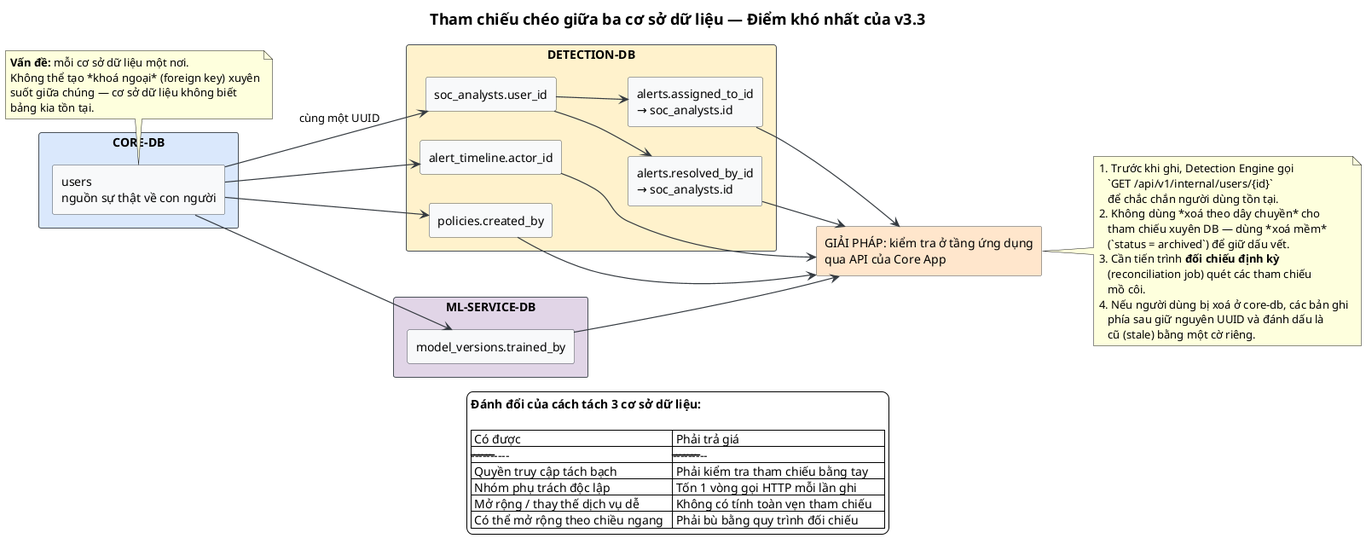
Above: docs/diagrams/v3.3-detect/12-tham-chieu-cheo-3-db.png in Albert-Tuan/sentinel-auth (PlantUML), before the change. Source of this version:
```plantuml
@startuml
skinparam backgroundColor #FFFFFF
skinparam shadowing false
skinparam defaultFontName Sans
skinparam rectangle {
  BackgroundColor #F8F9FA
  BorderColor #495057
}
skinparam ArrowColor #343A40
skinparam ArrowThickness 1.2
skinparam titleFontSize 18

title Tham chiếu chéo giữa ba cơ sở dữ liệu — Điểm khó nhất của v3.3

left to right direction

rectangle "CORE-DB" as CDB #DAE8FC {
  rectangle "users\nnguồn sự thật về con người" as U
}

rectangle "DETECTION-DB" as DDB #FFF2CC {
  rectangle "soc_analysts.user_id" as SA
  rectangle "alerts.assigned_to_id\n→ soc_analysts.id" as A1
  rectangle "alerts.resolved_by_id\n→ soc_analysts.id" as A2
  rectangle "alert_timeline.actor_id" as AT
  rectangle "policies.created_by" as PC
}

rectangle "ML-SERVICE-DB" as MDB #E1D5E7 {
  rectangle "model_versions.trained_by" as MV
}

U --> SA : cùng một UUID
SA --> A1
SA --> A2
U --> AT
U --> PC
U --> MV

note bottom of U
  **Vấn đề:** mỗi cơ sở dữ liệu một nơi.
  Không thể tạo *khoá ngoại* (foreign key) xuyên
  suốt giữa chúng — cơ sở dữ liệu không biết
  bảng kia tồn tại.
end note

rectangle "GIẢI PHÁP: kiểm tra ở tầng ứng dụng\nqua API của Core App" as SOL #FFE6CC
note right of SOL
  1. Trước khi ghi, Detection Engine gọi
     `GET /api/v1/internal/users/{id}`
     để chắc chắn người dùng tồn tại.
  2. Không dùng *xoá theo dây chuyền* cho
     tham chiếu xuyên DB — dùng *xoá mềm*
     (`status = archived`) để giữ dấu vết.
  3. Cần tiến trình **đối chiếu định kỳ**
     (reconciliation job) quét các tham chiếu
     mồ côi.
  4. Nếu người dùng bị xoá ở core-db, các bản ghi
     phía sau giữ nguyên UUID và đánh dấu là
     cũ (stale) bằng một cờ riêng.
end note

A1 --> SOL
A2 --> SOL
AT --> SOL
PC --> SOL
MV --> SOL

legend bottom
**Đánh đổi của cách tách 3 cơ sở dữ liệu:**

| Có được                          | Phải trả giá                        |
|----------------------------------|-------------------------------------|
| Quyền truy cập tách bạch          | Phải kiểm tra tham chiếu bằng tay   |
| Nhóm phụ trách độc lập            | Tốn 1 vòng gọi HTTP mỗi lần ghi      |
| Mở rộng / thay thế dịch vụ dễ     | Không có tính toàn vẹn tham chiếu    |
| Có thể mở rộng theo chiều ngang   | Phải bù bằng quy trình đối chiếu    |
endlegend

@enduml
```
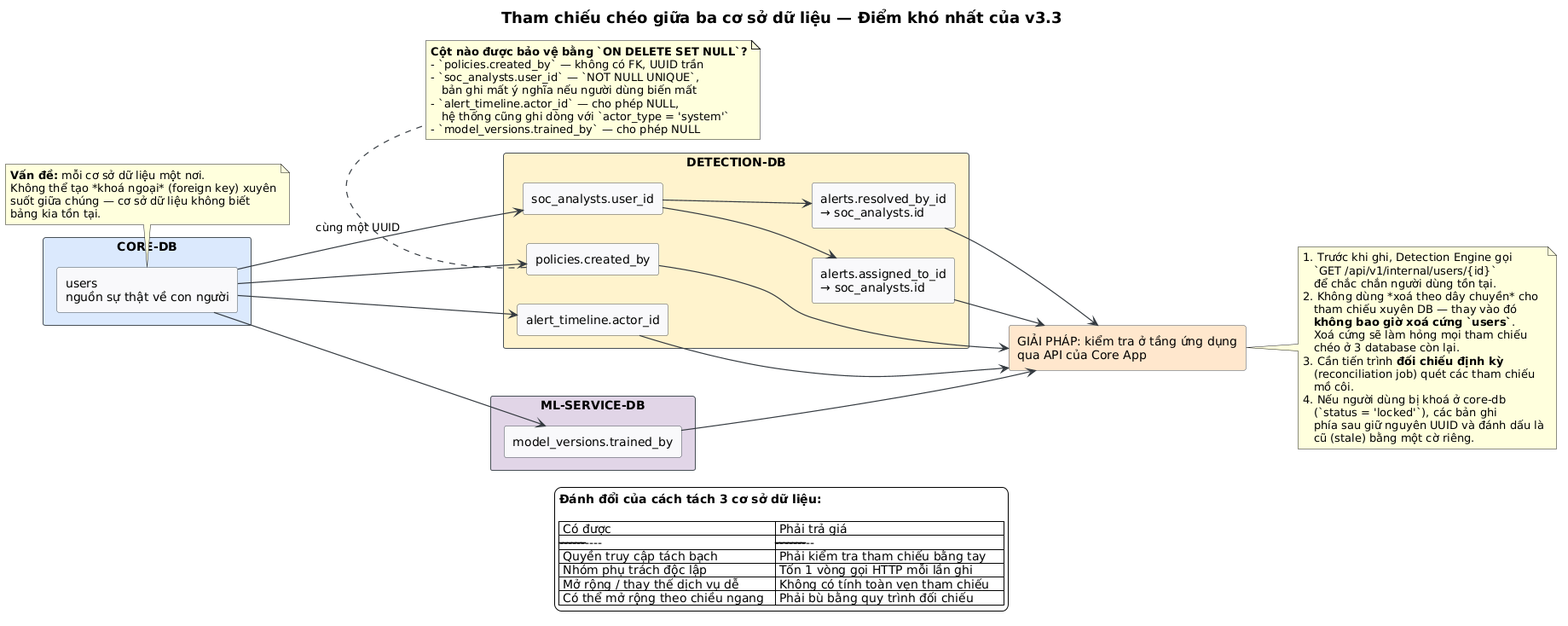
Above is the later version.

What changed in the source:
```diff
@@ -44,18 +44,31 @@
   bảng kia tồn tại.
 end note
 
+note bottom of PC
+  **Cột nào được bảo vệ bằng `ON DELETE SET NULL`?**
+  - `policies.created_by` — không có FK, UUID trần
+  - `soc_analysts.user_id` — `NOT NULL UNIQUE`,
+     bản ghi mất ý nghĩa nếu người dùng biến mất
+  - `alert_timeline.actor_id` — cho phép NULL,
+     hệ thống cũng ghi dòng với `actor_type = 'system'`
+  - `model_versions.trained_by` — cho phép NULL
+end note
+
 rectangle "GIẢI PHÁP: kiểm tra ở tầng ứng dụng\nqua API của Core App" as SOL #FFE6CC
 note right of SOL
   1. Trước khi ghi, Detection Engine gọi
      `GET /api/v1/internal/users/{id}`
      để chắc chắn người dùng tồn tại.
   2. Không dùng *xoá theo dây chuyền* cho
-     tham chiếu xuyên DB — dùng *xoá mềm*
-     (`status = archived`) để giữ dấu vết.
+     tham chiếu xuyên DB — thay vào đó
+     **không bao giờ xoá cứng `users`**.
+     Xoá cứng sẽ làm hỏng mọi tham chiếu
+     chéo ở 3 database còn lại.
   3. Cần tiến trình **đối chiếu định kỳ**
      (reconciliation job) quét các tham chiếu
      mồ côi.
-  4. Nếu người dùng bị xoá ở core-db, các bản ghi
+  4. Nếu người dùng bị khoá ở core-db
+     (`status = 'locked'`), các bản ghi
      phía sau giữ nguyên UUID và đánh dấu là
      cũ (stale) bằng một cờ riêng.
 end note
@@ -76,5 +89,4 @@
 | Mở rộng / thay thế dịch vụ dễ     | Không có tính toàn vẹn tham chiếu    |
 | Có thể mở rộng theo chiều ngang   | Phải bù bằng quy trình đối chiếu    |
 endlegend
-
 @enduml
```
